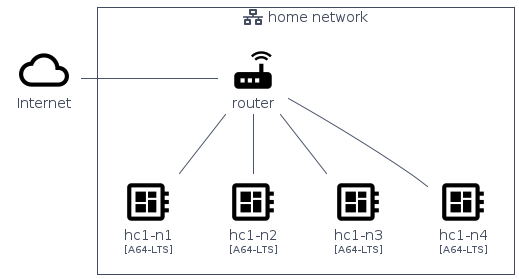
tmorin/homecloud-ansible keeps this PlantUML diagram as paper/original_cluster_layout.png. Above is the earlier version.
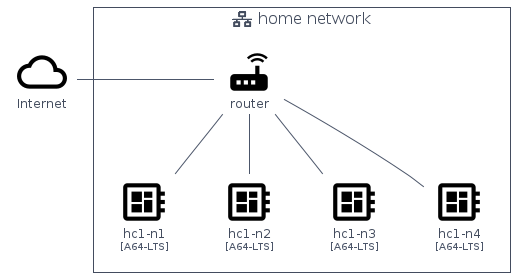
After the commit.

Diff of the diagram source:
```diff
@@ -1,13 +1,13 @@
 @startuml original_cluster_layout
 !global $INCLUSION_MODE="local"
-!global $LIB_BASE_LOCATION="../.gdiag/plantuml-libs/dist"
+!global $LIB_BASE_LOCATION="../.gdiag/plantuml-libs"
 !include $LIB_BASE_LOCATION/bootstrap.puml
 
-include('homecloud/bootstrap')
-include('homecloud/Hardware/Board')
-include('homecloud/Network/Internet')
-include('homecloud/Network/LocalNetwork')
-include('homecloud/Network/Router')
+include('homecloud-1/bootstrap')
+include('homecloud-1/Hardware/Board')
+include('homecloud-1/Network/Internet')
+include('homecloud-1/Network/LocalNetwork')
+include('homecloud-1/Network/Router')
 
 Internet('internet', 'Internet')
 LocalNetworkGroup('home', 'home network') {
```
